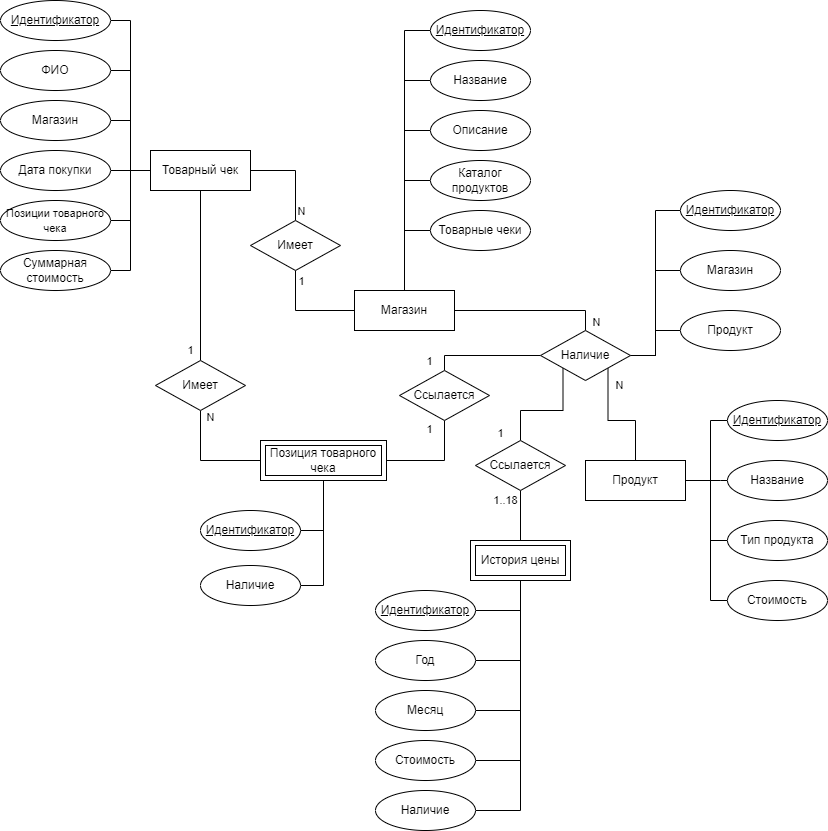
Before: docs/inc/img/ER_rus.drawio.png, a diagram exported from draw.io (Yokud/DBCourseWork). Source tidied: cells renumbered, new cells last; positions are measured from the earlier drawing's top-left corner, leaving out a move shared by most shapes.
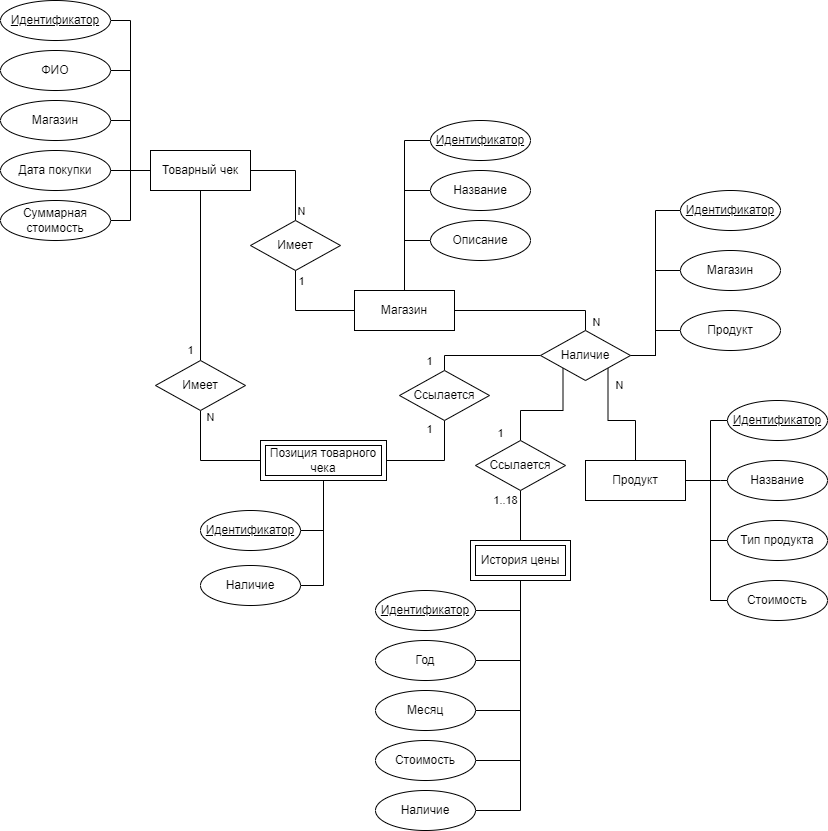
Above is the later version.

Change to the diagram source:
```diff
@@ -33,32 +33,20 @@
       <mxGeometry relative="1" as="geometry" />
     </mxCell>
     <mxCell id="10" value="Идентификатор" style="ellipse;whiteSpace=wrap;html=1;align=center;fontStyle=4;" parent="1" vertex="1">
-      <mxGeometry x="430" y="10" width="100" height="40" as="geometry" />
+      <mxGeometry x="430" y="120" width="100" height="40" as="geometry" />
     </mxCell>
     <mxCell id="11" style="edgeStyle=orthogonalEdgeStyle;rounded=0;jettySize=auto;html=1;exitX=0;exitY=0.5;exitDx=0;exitDy=0;entryX=0.5;entryY=0;entryDx=0;entryDy=0;endArrow=none;endFill=0;" parent="1" edge="1" source="12" target="7">
       <mxGeometry relative="1" as="geometry" />
     </mxCell>
     <mxCell id="12" value="Название" style="ellipse;whiteSpace=wrap;html=1;align=center;" parent="1" vertex="1">
-      <mxGeometry x="430" y="60" width="100" height="40" as="geometry" />
+      <mxGeometry x="430" y="170" width="100" height="40" as="geometry" />
     </mxCell>
     <mxCell id="13" style="edgeStyle=orthogonalEdgeStyle;rounded=0;jettySize=auto;html=1;exitX=0;exitY=0.5;exitDx=0;exitDy=0;endArrow=none;endFill=0;entryX=0.5;entryY=0;entryDx=0;entryDy=0;" parent="1" edge="1" source="14" target="7">
       <mxGeometry relative="1" as="geometry" />
     </mxCell>
     <mxCell id="14" value="Описание" style="ellipse;whiteSpace=wrap;html=1;align=center;" parent="1" vertex="1">
-      <mxGeometry x="430" y="110" width="100" height="40" as="geometry" />
+      <mxGeometry x="430" y="220" width="100" height="40" as="geometry" />
     </mxCell>
-    <mxCell id="15" style="edgeStyle=orthogonalEdgeStyle;rounded=0;jettySize=auto;html=1;exitX=0;exitY=0.5;exitDx=0;exitDy=0;entryX=0.5;entryY=0;entryDx=0;entryDy=0;endArrow=none;endFill=0;" parent="1" edge="1" source="16" target="7">
-      <mxGeometry relative="1" as="geometry" />
-    </mxCell>
-    <mxCell id="16" value="Каталог продуктов" style="ellipse;whiteSpace=wrap;html=1;align=center;" parent="1" vertex="1">
-      <mxGeometry x="430" y="160" width="100" height="40" as="geometry" />
-    </mxCell>
-    <mxCell id="17" style="edgeStyle=orthogonalEdgeStyle;rounded=0;jettySize=auto;html=1;exitX=0;exitY=0.5;exitDx=0;exitDy=0;entryX=0.5;entryY=0;entryDx=0;entryDy=0;endArrow=none;endFill=0;" parent="1" edge="1" source="18" target="7">
-      <mxGeometry relative="1" as="geometry" />
-    </mxCell>
-    <mxCell id="18" value="Товарные чеки" style="ellipse;whiteSpace=wrap;html=1;align=center;" parent="1" vertex="1">
-      <mxGeometry x="430" y="210" width="100" height="40" as="geometry" />
-    </mxCell>
     <mxCell id="19" style="edgeStyle=orthogonalEdgeStyle;rounded=0;jettySize=auto;html=1;exitX=1;exitY=0.5;exitDx=0;exitDy=0;entryX=0;entryY=0.5;entryDx=0;entryDy=0;endArrow=none;endFill=0;" parent="1" edge="1" source="20" target="5">
       <mxGeometry relative="1" as="geometry" />
     </mxCell>
@@ -83,17 +71,11 @@
     <mxCell id="26" value="Дата покупки" style="ellipse;whiteSpace=wrap;html=1;align=center;" parent="1" vertex="1">
       <mxGeometry y="150" width="110" height="40" as="geometry" />
     </mxCell>
-    <mxCell id="27" style="edgeStyle=orthogonalEdgeStyle;rounded=0;jettySize=auto;html=1;exitX=1;exitY=0.5;exitDx=0;exitDy=0;entryX=0;entryY=0.5;entryDx=0;entryDy=0;endArrow=none;endFill=0;" parent="1" edge="1" source="28" target="5">
-      <mxGeometry relative="1" as="geometry" />
-    </mxCell>
-    <mxCell id="28" value="&lt;font style=&quot;font-size: 11px&quot;&gt;Позиции товарного чека&lt;/font&gt;" style="ellipse;whiteSpace=wrap;html=1;align=center;" parent="1" vertex="1">
-      <mxGeometry y="200" width="110" height="40" as="geometry" />
-    </mxCell>
     <mxCell id="29" style="edgeStyle=orthogonalEdgeStyle;rounded=0;jettySize=auto;html=1;exitX=1;exitY=0.5;exitDx=0;exitDy=0;entryX=0;entryY=0.5;entryDx=0;entryDy=0;endArrow=none;endFill=0;" parent="1" edge="1" source="30" target="5">
       <mxGeometry relative="1" as="geometry" />
     </mxCell>
     <mxCell id="30" value="Суммарная стоимость" style="ellipse;whiteSpace=wrap;html=1;align=center;" parent="1" vertex="1">
-      <mxGeometry y="250" width="110" height="40" as="geometry" />
+      <mxGeometry y="200" width="110" height="40" as="geometry" />
     </mxCell>
     <mxCell id="31" value="N" style="edgeStyle=orthogonalEdgeStyle;rounded=0;jettySize=auto;html=1;exitX=0.5;exitY=1;exitDx=0;exitDy=0;entryX=0;entryY=0.5;entryDx=0;entryDy=0;endArrow=none;endFill=0;" parent="1" edge="1" source="32" target="38">
       <mxGeometry x="-0.88" y="10" relative="1" as="geometry" />
```
